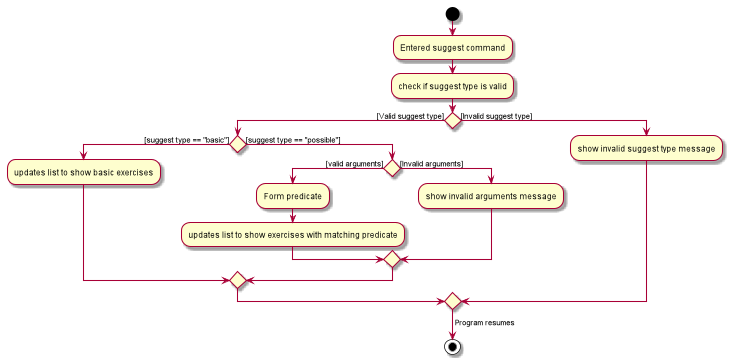
This is docs/images/SuggestActivityDiagram.png from nus-cs2103-AY1920S1/addressbook-level3, a PlantUML export, as it was before one commit.
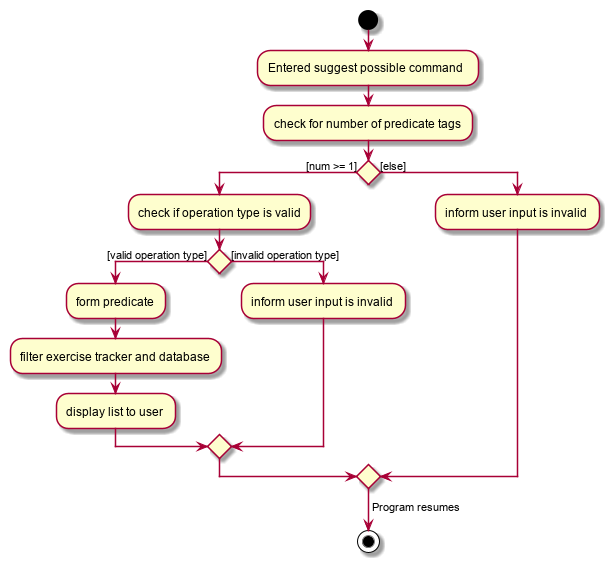
Above is the later version.

Commit message:
Fix suggest possible command to allow operational type to be optional (#188)

What changed in the source:
```diff
@@ -2,22 +2,20 @@
 skinparam activityShape rectangle
 
 start
-:Entered suggest command;
-:check if suggest type is valid;
-if() then ([Valid suggest type])
+:Entered suggest possible command;
+:check for number of predicate tags;
+if() then ([num >= 1])
+    :check if operation type is valid;
+    if() then ([valid operation type])
+         :form predicate;
+         :filter exercise tracker and database;
+         :display list to user;
+    else ([invalid operation type])
+         :inform user input is invalid;
+          endif
+else ([else])
+    :inform user input is invalid;
 
-if() then ([suggest type == "basic"])
-    :updates list to show basic exercises;
-else ([suggest type == "possible"])
-    if() then ([valid arguments])
-        :Form predicate;
-        :updates list to show exercises with matching predicate;
-    else ([Invalid arguments])
-        :show invalid arguments message;
-    endif
-    endif
-else ([Invalid suggest type])
-    :show invalid suggest type message;
 endif
 -> Program resumes;
 stop
```
